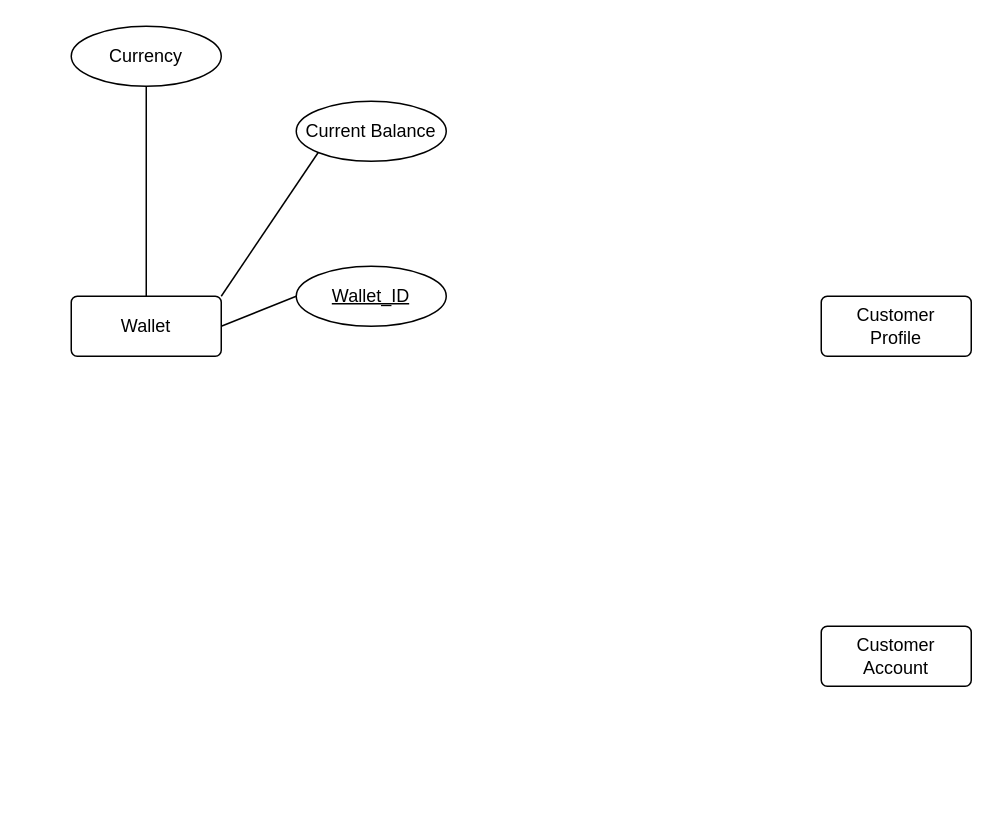
Above: Untitled Diagram.drawio in itsfadymate/Customer-Data-Management-System (draw.io), before the change. Source tidied: cells renumbered, new cells numbered last; positions are measured from the earlier drawing's top-left corner, leaving out a move shared by most shapes. Both pictures are drawn from the tidied source at 150%, with x=0, y=0 at pixel (70, 26).
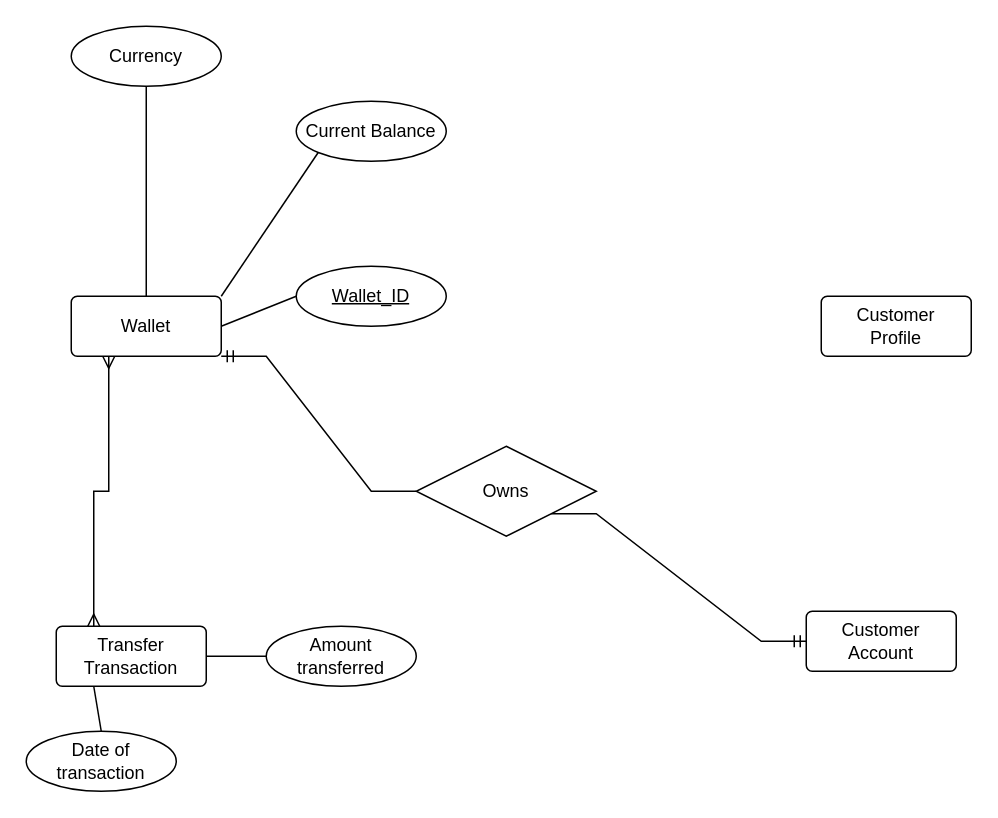
The same page after the edit.

Commit message:
Added a transaction entity

The change refers to these unchanged cells:
```xml
<mxCell id="3" value="Wallet" style="rounded=1;arcSize=10;whiteSpace=wrap;html=1;align=center;" parent="1" vertex="1">
  <mxGeometry y="180" width="100" height="40" as="geometry" />
</mxCell>
```

The edit, as a diff of the source:
```diff
@@
     <mxCell id="11" value="Customer Account" style="rounded=1;arcSize=10;whiteSpace=wrap;html=1;align=center;" parent="1" vertex="1">
-      <mxGeometry x="500" y="400" width="100" height="40" as="geometry" />
+      <mxGeometry x="490" y="390" width="100" height="40" as="geometry" />
     </mxCell>
+    <mxCell id="12" value="Owns" style="shape=rhombus;perimeter=rhombusPerimeter;whiteSpace=wrap;html=1;align=center;" parent="1" vertex="1">
+      <mxGeometry x="230" y="280" width="120" height="60" as="geometry" />
+    </mxCell>
+    <mxCell id="13" style="edgeStyle=entityRelationEdgeStyle;fontSize=12;html=1;endArrow=ERmandOne;rounded=0;entryX=0;entryY=0.5;entryDx=0;entryDy=0;exitX=1;exitY=1;exitDx=0;exitDy=0;" parent="1" edge="1" source="12" target="11">
+      <mxGeometry relative="1" as="geometry" />
+    </mxCell>
+    <mxCell id="14" value="Transfer Transaction" style="rounded=1;arcSize=10;whiteSpace=wrap;html=1;align=center;" parent="1" vertex="1">
+      <mxGeometry x="-10" y="400" width="100" height="40" as="geometry" />
+    </mxCell>
+    <mxCell id="15" style="edgeStyle=entityRelationEdgeStyle;fontSize=12;html=1;endArrow=ERmandOne;rounded=0;entryX=1;entryY=1;entryDx=0;entryDy=0;exitX=0;exitY=0.5;exitDx=0;exitDy=0;" parent="1" edge="1" source="12" target="3">
+      <mxGeometry relative="1" as="geometry" />
+    </mxCell>
+    <mxCell id="16" style="edgeStyle=elbowEdgeStyle;fontSize=12;html=1;endArrow=ERmany;startArrow=ERmany;rounded=0;elbow=vertical;exitX=0.25;exitY=0;exitDx=0;exitDy=0;entryX=0.25;entryY=1;entryDx=0;entryDy=0;" parent="1" edge="1" source="14" target="3">
+      <mxGeometry relative="1" as="geometry" />
+    </mxCell>
+    <mxCell id="17" value="Amount transferred" style="ellipse;whiteSpace=wrap;html=1;align=center;" parent="1" vertex="1">
+      <mxGeometry x="130" y="400" width="100" height="40" as="geometry" />
+    </mxCell>
+    <mxCell id="18" style="endArrow=none;html=1;rounded=0;" parent="1" edge="1">
+      <mxGeometry relative="1" as="geometry">
+        <mxPoint x="90" y="420" as="sourcePoint" />
+        <mxPoint x="130" y="420" as="targetPoint" />
+      </mxGeometry>
+    </mxCell>
+    <mxCell id="19" value="Date of transaction" style="ellipse;whiteSpace=wrap;html=1;align=center;" parent="1" vertex="1">
+      <mxGeometry x="-30" y="470" width="100" height="40" as="geometry" />
+    </mxCell>
+    <mxCell id="20" style="endArrow=none;html=1;rounded=0;exitX=0.25;exitY=1;exitDx=0;exitDy=0;entryX=0.5;entryY=0;entryDx=0;entryDy=0;" parent="1" edge="1" source="14" target="19">
+      <mxGeometry relative="1" as="geometry" />
+    </mxCell>
```
